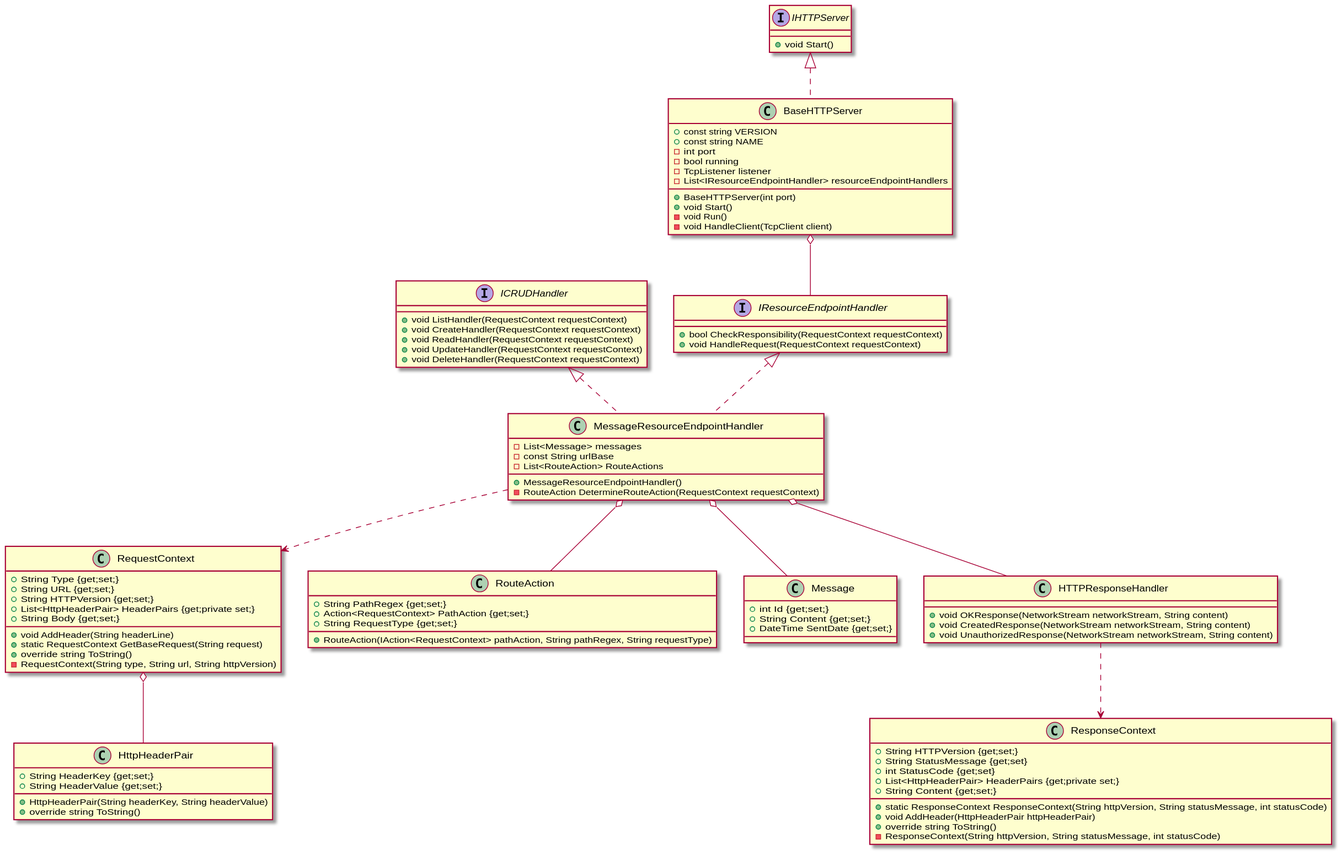
This is httprestserver_classdiagram/httprestserver_classdiagram.svg from kretmatt/SWE1-REST-HTTP-Webservice, a PlantUML export, as it was before one commit.
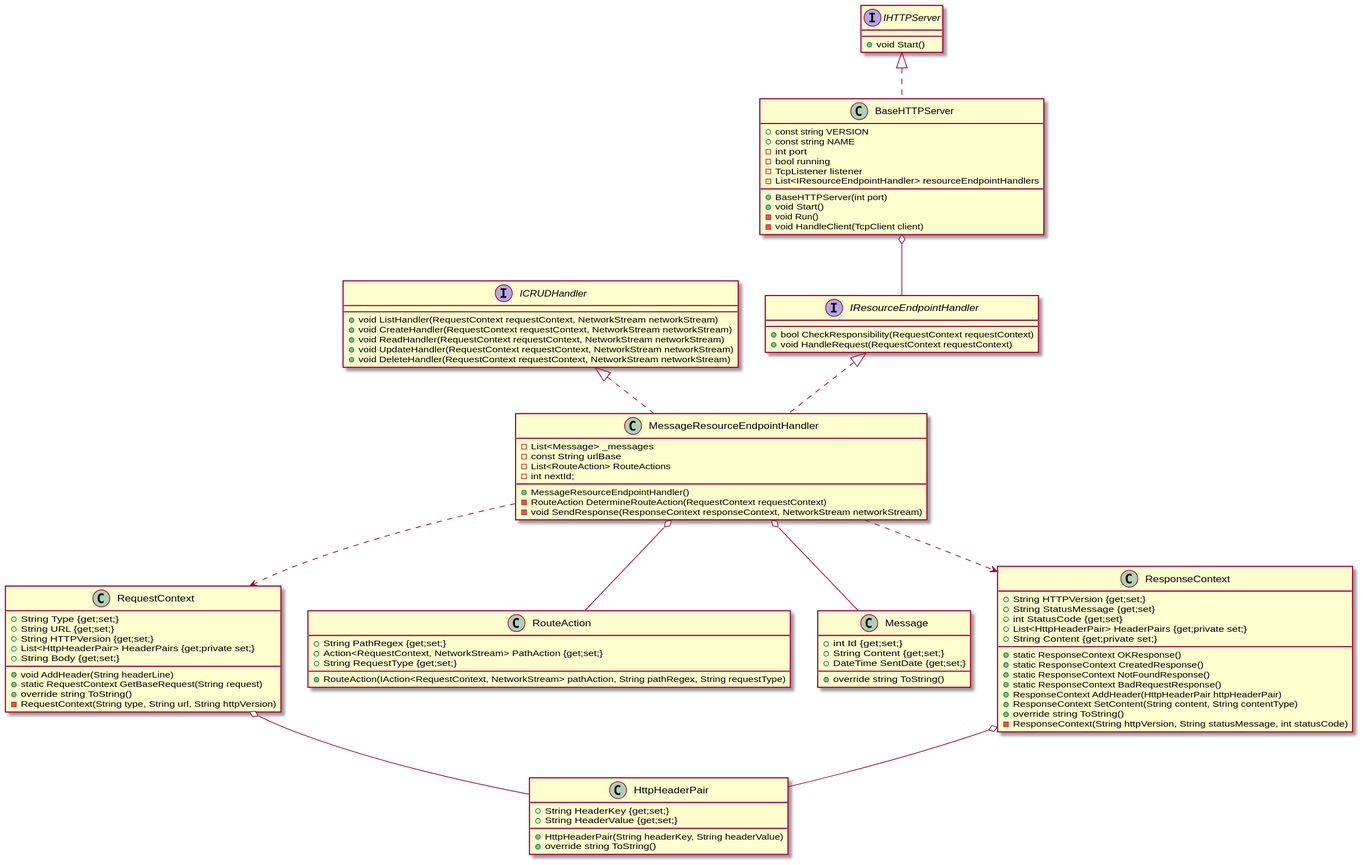
The same file after the commit.

Commit message:
Update class diagram graphic

Change to the diagram source:
```diff
@@ -40,33 +40,37 @@
 }
 
 interface ICRUDHandler{
-    + void ListHandler(RequestContext requestContext)
-    + void CreateHandler(RequestContext requestContext)
-    + void ReadHandler(RequestContext requestContext)
-    + void UpdateHandler(RequestContext requestContext)
-    + void DeleteHandler(RequestContext requestContext)
+    + void ListHandler(RequestContext requestContext, NetworkStream networkStream)
+    + void CreateHandler(RequestContext requestContext, NetworkStream networkStream)
+    + void ReadHandler(RequestContext requestContext, NetworkStream networkStream)
+    + void UpdateHandler(RequestContext requestContext, NetworkStream networkStream)
+    + void DeleteHandler(RequestContext requestContext, NetworkStream networkStream)
 }
 
 class MessageResourceEndpointHandler implements IResourceEndpointHandler, ICRUDHandler{
-    - List<Message> messages
+    - List<Message> _messages
     - const String urlBase
     - List<RouteAction> RouteActions
+    - int nextId;
 
     + MessageResourceEndpointHandler()
     - RouteAction DetermineRouteAction(RequestContext requestContext)
+    - void SendResponse(ResponseContext responseContext, NetworkStream networkStream)
 }
  class RouteAction{
      + String PathRegex {get;set;}
-     + Action<RequestContext> PathAction {get;set;}
+     + Action<RequestContext, NetworkStream> PathAction {get;set;}
      + String RequestType {get;set;}
 
-     + RouteAction(IAction<RequestContext> pathAction, String pathRegex, String requestType)
+     + RouteAction(IAction<RequestContext, NetworkStream> pathAction, String pathRegex, String requestType)
  }
 
  class Message{
      + int Id {get;set;}
      + String Content {get;set;}
      + DateTime SentDate {get;set;}
+
+     + override string ToString()
  }
 
 class ResponseContext{
@@ -74,18 +78,16 @@
     + String StatusMessage {get;set}
     + int StatusCode {get;set}
     + List<HttpHeaderPair> HeaderPairs {get;private set;}
-    + String Content {get;set;}
+    + String Content {get;private set;}
 
-    + static ResponseContext ResponseContext(String httpVersion, String statusMessage, int statusCode)
-    + void AddHeader(HttpHeaderPair httpHeaderPair)
+    + static ResponseContext OKResponse()
+    + static ResponseContext CreatedResponse()
+    + static ResponseContext NotFoundResponse()
+    + static ResponseContext BadRequestResponse()
+    + ResponseContext AddHeader(HttpHeaderPair httpHeaderPair)
+    + ResponseContext SetContent(String content, String contentType)
     + override string ToString()
     - ResponseContext(String httpVersion, String statusMessage, int statusCode)
-}
-
-class HTTPResponseHandler{
-    + void OKResponse(NetworkStream networkStream, String content)
-    + void CreatedResponse(NetworkStream networkStream, String content)
-    + void UnauthorizedResponse(NetworkStream networkStream, String content)
 }
 
 interface IHTTPServer{
@@ -97,8 +99,7 @@
  RequestContext o-- HttpHeaderPair
  MessageResourceEndpointHandler o-- RouteAction
  MessageResourceEndpointHandler o--Message
-MessageResourceEndpointHandler o-- HTTPResponseHandler
-
-HTTPResponseHandler..>ResponseContext
+ MessageResourceEndpointHandler ..> ResponseContext
  MessageResourceEndpointHandler ..> RequestContext
+ ResponseContext o-- HttpHeaderPair
 @enduml
```
